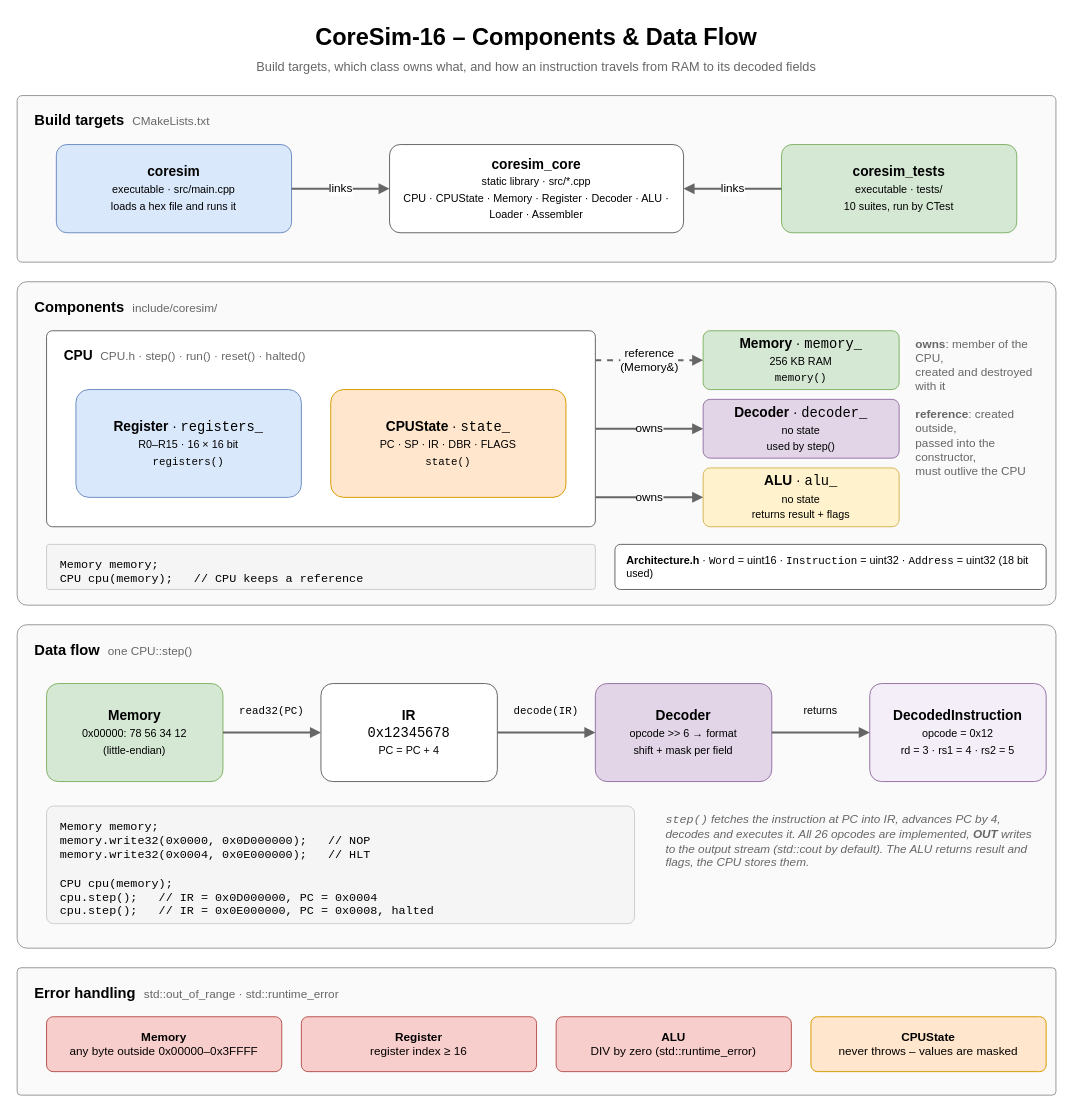
The draw.io diagram diagrams/data-flow.drawio in kpolet2010-hue/CoreSim, before the edit. Source tidied: cells renumbered, new cells numbered last; positions are measured from the earlier drawing's top-left corner, leaving out a move shared by most shapes. Both pictures are drawn from the tidied source at 98%, with x=0, y=0 at pixel (17, 17).
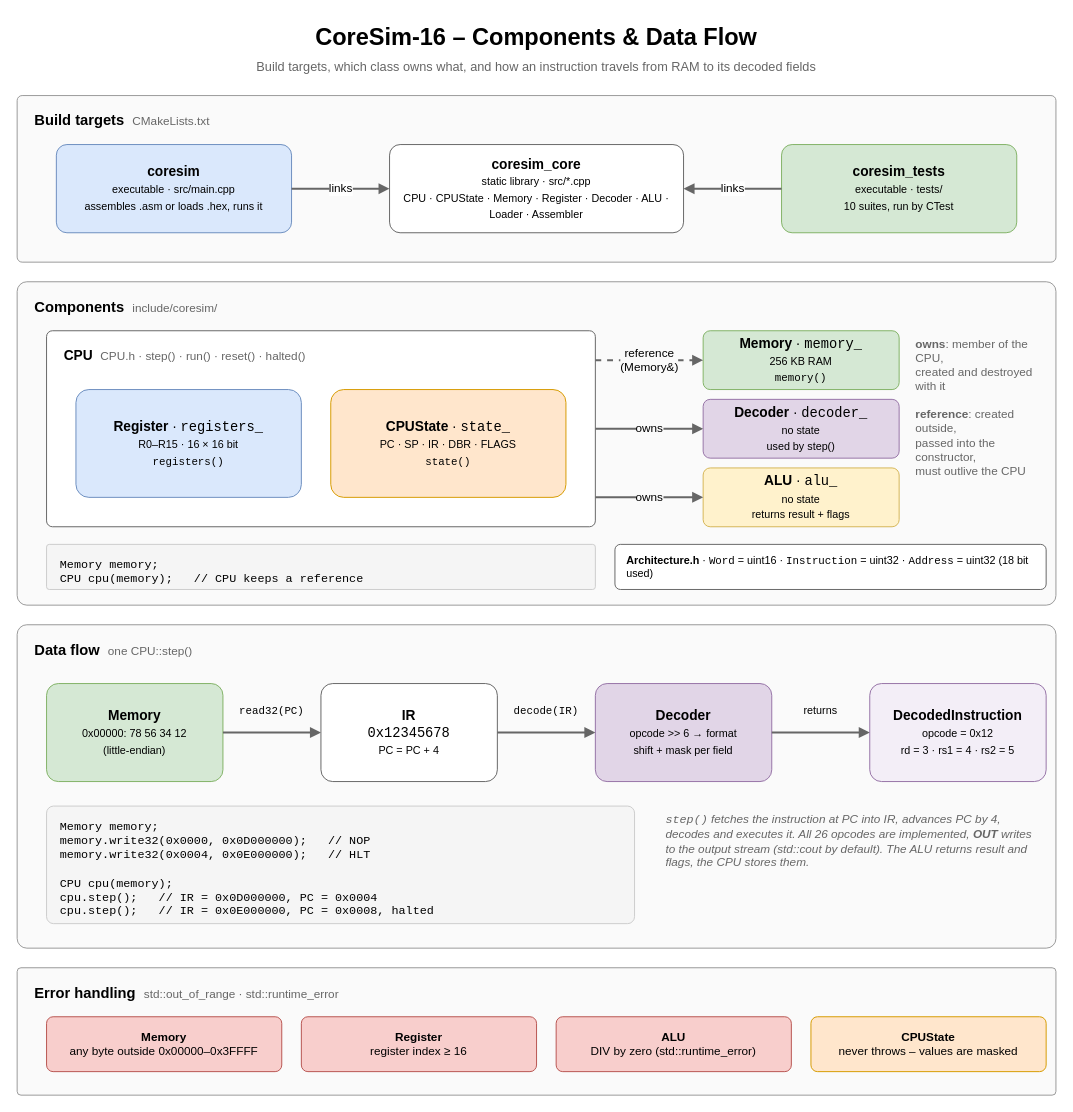
Above is the later version.

Change to the diagram source:
```diff
@@
-    <mxCell id="6" value="&lt;b&gt;coresim&lt;/b&gt;&lt;br&gt;&lt;font style=&quot;font-size:11px&quot;&gt;executable &amp;middot; src/main.cpp&lt;br&gt;loads a hex file and runs it&lt;/font&gt;" style="rounded=1;arcSize=12;whiteSpace=wrap;html=1;fontFamily=Helvetica;fillColor=#dae8fc;strokeColor=#6c8ebf;fontSize=14;" parent="1" vertex="1">
+    <mxCell id="6" value="&lt;b&gt;coresim&lt;/b&gt;&lt;br&gt;&lt;font style=&quot;font-size:11px&quot;&gt;executable &amp;middot; src/main.cpp&lt;br&gt;assembles .asm or loads .hex, runs it&lt;/font&gt;" style="rounded=1;arcSize=12;whiteSpace=wrap;html=1;fontFamily=Helvetica;fillColor=#dae8fc;strokeColor=#6c8ebf;fontSize=14;" parent="1" vertex="1">
       <mxGeometry x="40" y="130" width="240" height="90" as="geometry" />
     </mxCell>
```
